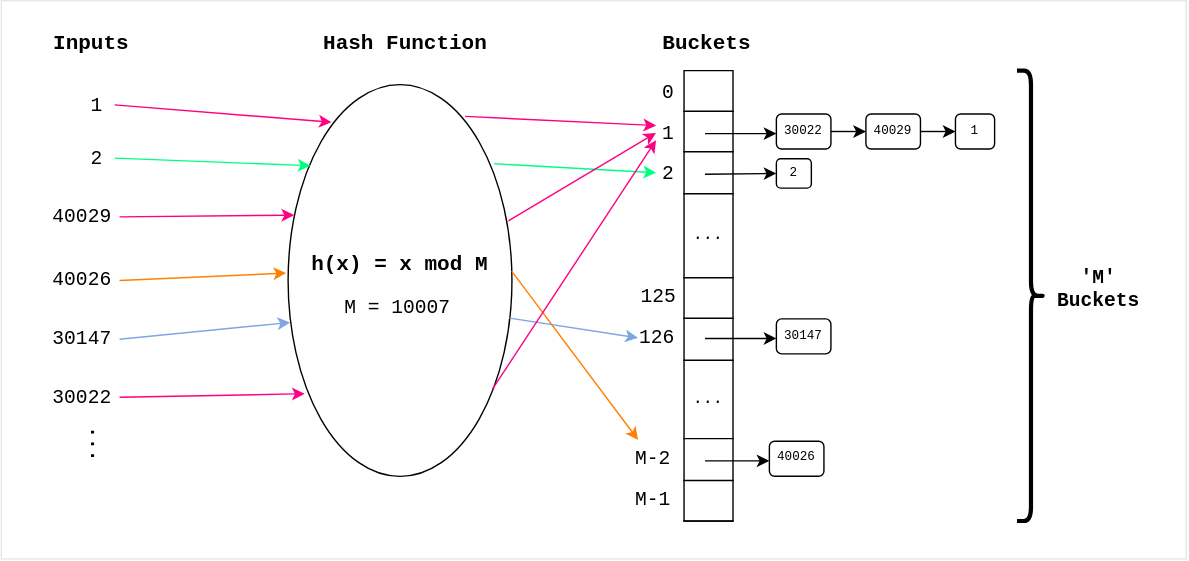
Before: public/diagrams/hashing-buckets.svg, a diagram exported from draw.io (datkumar/code-journal). Source tidied: cells renumbered, new cells last; positions are measured from the earlier drawing's top-left corner, leaving out a move shared by most shapes.
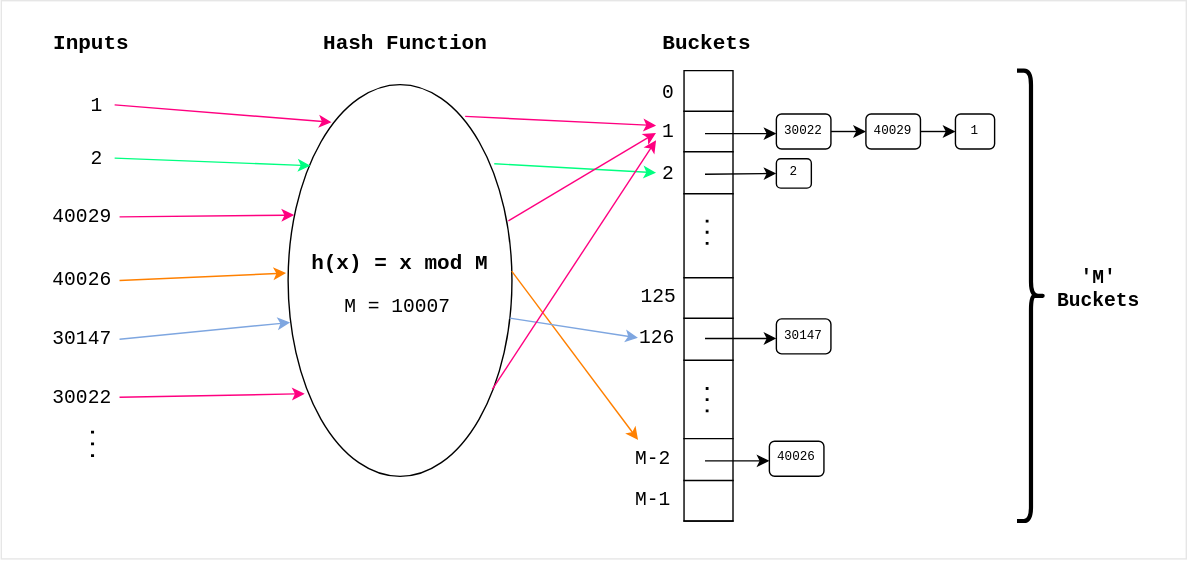
The same diagram one commit later.

Diff of the diagram source:
```diff
@@ -32,7 +32,7 @@
     <mxCell id="11" style="shape=tableRow;horizontal=0;startSize=0;swimlaneHead=0;swimlaneBody=0;strokeColor=inherit;fillColor=none;fixedHeader=1;fontFamily=monospace;fontColor=light-dark(#000000,#000000);" parent="4" vertex="1">
       <mxGeometry y="88" width="35" height="60" as="geometry" />
     </mxCell>
-    <mxCell id="12" value="..." style="shape=partialRectangle;html=1;whiteSpace=wrap;strokeColor=inherit;overflow=hidden;fillColor=none;fontFamily=monospace;fontColor=light-dark(#000000,#000000);" parent="11" vertex="1">
+    <mxCell id="12" style="shape=partialRectangle;html=1;whiteSpace=wrap;strokeColor=inherit;overflow=hidden;fillColor=none;fontFamily=monospace;fontColor=light-dark(#000000,#000000);" parent="11" vertex="1">
       <mxGeometry width="35" height="60" as="geometry" />
     </mxCell>
     <mxCell id="13" style="shape=tableRow;horizontal=0;startSize=0;swimlaneHead=0;swimlaneBody=0;strokeColor=inherit;fillColor=none;fixedHeader=1;fontFamily=monospace;fontColor=light-dark(#000000,#000000);" parent="4" vertex="1">
@@ -50,7 +50,7 @@
     <mxCell id="17" style="shape=tableRow;horizontal=0;startSize=0;swimlaneHead=0;swimlaneBody=0;strokeColor=inherit;fillColor=none;fixedHeader=1;fontFamily=monospace;fontColor=light-dark(#000000,#000000);" parent="4" vertex="1">
       <mxGeometry y="207" width="35" height="56" as="geometry" />
     </mxCell>
-    <mxCell id="18" value="..." style="shape=partialRectangle;html=1;whiteSpace=wrap;strokeColor=inherit;overflow=hidden;fillColor=none;fontFamily=monospace;fontColor=light-dark(#000000,#000000);" parent="17" vertex="1">
+    <mxCell id="18" style="shape=partialRectangle;html=1;whiteSpace=wrap;strokeColor=inherit;overflow=hidden;fillColor=none;fontFamily=monospace;fontColor=light-dark(#000000,#000000);" parent="17" vertex="1">
       <mxGeometry width="35" height="56" as="geometry" />
     </mxCell>
     <mxCell id="19" style="shape=tableRow;horizontal=0;startSize=0;swimlaneHead=0;swimlaneBody=0;strokeColor=inherit;fillColor=none;fixedHeader=1;fontFamily=monospace;fontColor=light-dark(#000000,#000000);" parent="4" vertex="1">
@@ -210,5 +210,17 @@
     <mxCell id="67" value="h(x) = x mod M" style="text;html=1;align=center;verticalAlign=middle;whiteSpace=wrap;rounded=0;fontFamily=monospace;fontSize=15;fontStyle=1;fontColor=light-dark(#000000,#000000);" parent="1" vertex="1">
       <mxGeometry x="215" y="175" width="140" height="27" as="geometry" />
     </mxCell>
+    <mxCell id="68" style="endArrow=none;dashed=1;html=1;dashPattern=1 3;strokeWidth=2;rounded=0;defaultLabelBackgroundColor=page;fontColor=light-dark(#000000,#000000);strokeColor=light-dark(#000000,#000000);" parent="1" edge="1">
+      <mxGeometry relative="1" as="geometry">
+        <mxPoint x="505" y="175" as="sourcePoint" />
+        <mxPoint x="505" y="152.6" as="targetPoint" />
+      </mxGeometry>
+    </mxCell>
+    <mxCell id="69" style="endArrow=none;dashed=1;html=1;dashPattern=1 3;strokeWidth=2;rounded=0;defaultLabelBackgroundColor=page;fontColor=light-dark(#000000,#000000);strokeColor=light-dark(#000000,#000000);" parent="1" edge="1">
+      <mxGeometry relative="1" as="geometry">
+        <mxPoint x="505" y="294.7" as="sourcePoint" />
+        <mxPoint x="505" y="272.3" as="targetPoint" />
+      </mxGeometry>
+    </mxCell>
   </root>
 </mxGraphModel>
```
